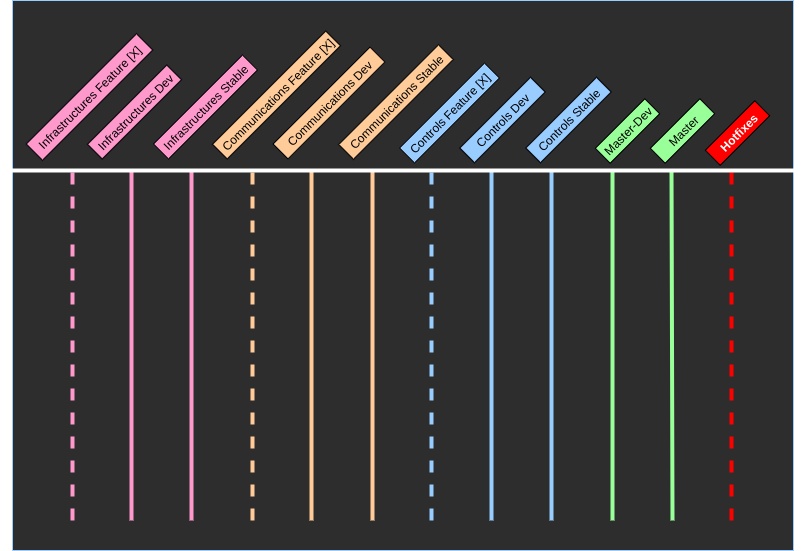
This is README-resources/branching_schema.png from UTHT/pod1-software-core, a draw.io export, as it was before one commit. Source tidied: cells renumbered, new cells last; positions are measured from the earlier drawing's top-left corner, leaving out a move shared by most shapes.
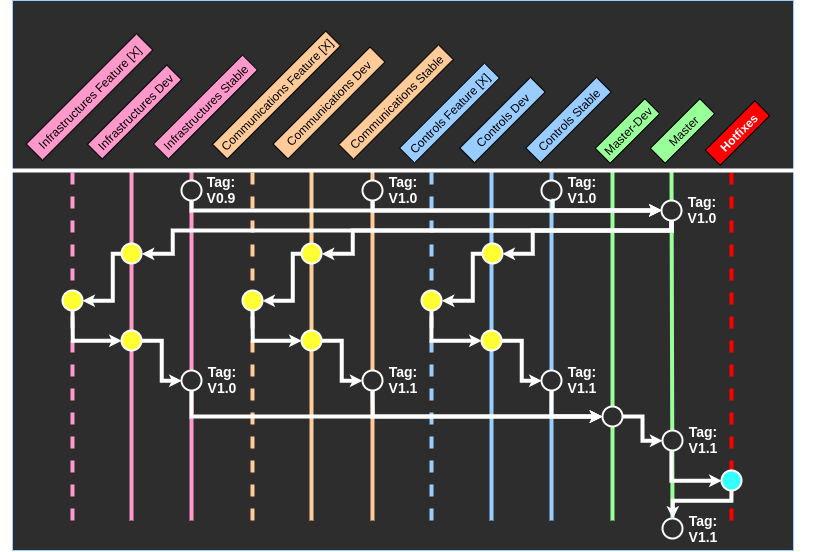
Above is the later version.

Diff of the diagram source:
```diff
@@ -115,9 +115,246 @@
     </mxCell>
     <mxCell id="27" style="endArrow=none;html=1;strokeWidth=4;strokeColor=#FFFFFF;" parent="1" edge="1">
       <mxGeometry relative="1" as="geometry">
-        <mxPoint x="800" y="170" as="sourcePoint" />
+        <mxPoint x="810" y="170" as="sourcePoint" />
         <mxPoint y="170" as="targetPoint" />
       </mxGeometry>
     </mxCell>
+    <mxCell id="28" style="group;" parent="1" vertex="1">
+      <mxGeometry x="659" y="200" width="61" height="20" as="geometry" />
+    </mxCell>
+    <mxCell id="29" style="ellipse;whiteSpace=wrap;html=1;strokeColor=#FFFFFF;fillColor=#2d2d2d;strokeWidth=2;" parent="28" vertex="1">
+      <mxGeometry width="20" height="20" as="geometry" />
+    </mxCell>
+    <mxCell id="30" value="&lt;font color=&quot;#ffffff&quot; size=&quot;1&quot;&gt;&lt;b style=&quot;font-size: 14px&quot;&gt;Tag: V1.0&lt;/b&gt;&lt;/font&gt;" style="text;html=1;strokeColor=none;fillColor=none;align=center;verticalAlign=middle;whiteSpace=wrap;rounded=0;" parent="28" vertex="1">
+      <mxGeometry x="21" width="40" height="20" as="geometry" />
+    </mxCell>
+    <mxCell id="31" style="ellipse;whiteSpace=wrap;html=1;strokeColor=#FFFFFF;fillColor=#2d2d2d;strokeWidth=2;" parent="1" vertex="1">
+      <mxGeometry x="539" y="180" width="20" height="20" as="geometry" />
+    </mxCell>
+    <mxCell id="32" style="edgeStyle=orthogonalEdgeStyle;rounded=0;jettySize=auto;html=1;entryX=0;entryY=0.5;entryDx=0;entryDy=0;strokeColor=#FFFFFF;strokeWidth=4;endSize=0;" parent="1" edge="1" source="33" target="29">
+      <mxGeometry relative="1" as="geometry">
+        <Array as="points">
+          <mxPoint x="370" y="210" />
+        </Array>
+      </mxGeometry>
+    </mxCell>
+    <mxCell id="33" style="ellipse;whiteSpace=wrap;html=1;strokeColor=#FFFFFF;fillColor=#2d2d2d;strokeWidth=2;" parent="1" vertex="1">
+      <mxGeometry x="360" y="180" width="20" height="20" as="geometry" />
+    </mxCell>
+    <mxCell id="34" style="edgeStyle=orthogonalEdgeStyle;rounded=0;jettySize=auto;html=1;entryX=0;entryY=0.5;entryDx=0;entryDy=0;strokeColor=#FFFFFF;strokeWidth=4;endSize=0;" parent="1" edge="1" source="35" target="29">
+      <mxGeometry relative="1" as="geometry">
+        <Array as="points">
+          <mxPoint x="189" y="210" />
+        </Array>
+      </mxGeometry>
+    </mxCell>
+    <mxCell id="35" style="ellipse;whiteSpace=wrap;html=1;strokeColor=#FFFFFF;fillColor=#2d2d2d;strokeWidth=2;" parent="1" vertex="1">
+      <mxGeometry x="179" y="180" width="20" height="20" as="geometry" />
+    </mxCell>
+    <mxCell id="36" style="edgeStyle=orthogonalEdgeStyle;rounded=0;jettySize=auto;html=1;exitX=0.5;exitY=1;exitDx=0;exitDy=0;entryX=0;entryY=0.5;entryDx=0;entryDy=0;strokeColor=#FFFFFF;strokeWidth=4;endSize=0;" parent="1" edge="1" source="31" target="29">
+      <mxGeometry relative="1" as="geometry">
+        <Array as="points">
+          <mxPoint x="550" y="210" />
+        </Array>
+      </mxGeometry>
+    </mxCell>
+    <mxCell id="37" value="&lt;font color=&quot;#ffffff&quot; size=&quot;1&quot;&gt;&lt;b style=&quot;font-size: 14px&quot;&gt;Tag: V1.0&lt;/b&gt;&lt;/font&gt;" style="text;html=1;strokeColor=none;fillColor=none;align=center;verticalAlign=middle;whiteSpace=wrap;rounded=0;" parent="1" vertex="1">
+      <mxGeometry x="560" y="180" width="40" height="20" as="geometry" />
+    </mxCell>
+    <mxCell id="38" value="&lt;font color=&quot;#ffffff&quot; size=&quot;1&quot;&gt;&lt;b style=&quot;font-size: 14px&quot;&gt;Tag: V1.0&lt;/b&gt;&lt;/font&gt;" style="text;html=1;strokeColor=none;fillColor=none;align=center;verticalAlign=middle;whiteSpace=wrap;rounded=0;" parent="1" vertex="1">
+      <mxGeometry x="380.5" y="180" width="40" height="20" as="geometry" />
+    </mxCell>
+    <mxCell id="39" value="&lt;font color=&quot;#ffffff&quot; size=&quot;1&quot;&gt;&lt;b style=&quot;font-size: 14px&quot;&gt;Tag: V0.9&lt;br&gt;&lt;/b&gt;&lt;/font&gt;" style="text;html=1;strokeColor=none;fillColor=none;align=center;verticalAlign=middle;whiteSpace=wrap;rounded=0;" parent="1" vertex="1">
+      <mxGeometry x="199" y="180" width="40" height="20" as="geometry" />
+    </mxCell>
+    <mxCell id="40" style="edgeStyle=orthogonalEdgeStyle;rounded=0;jettySize=auto;html=1;entryX=1;entryY=0.5;entryDx=0;entryDy=0;startSize=1;endSize=0;strokeColor=#FFFFFF;strokeWidth=4;" parent="1" edge="1" source="41" target="50">
+      <mxGeometry relative="1" as="geometry">
+        <Array as="points">
+          <mxPoint x="470" y="253" />
+          <mxPoint x="470" y="300" />
+        </Array>
+      </mxGeometry>
+    </mxCell>
+    <mxCell id="41" style="ellipse;whiteSpace=wrap;html=1;strokeColor=#FFFFFF;fillColor=#FFFF33;strokeWidth=2;" parent="1" vertex="1">
+      <mxGeometry x="480" y="243" width="20" height="20" as="geometry" />
+    </mxCell>
+    <mxCell id="42" style="edgeStyle=orthogonalEdgeStyle;rounded=0;jettySize=auto;html=1;entryX=1;entryY=0.5;entryDx=0;entryDy=0;startSize=1;endSize=0;strokeColor=#FFFFFF;strokeWidth=4;" parent="1" edge="1" source="43" target="52">
+      <mxGeometry relative="1" as="geometry">
+        <Array as="points">
+          <mxPoint x="290" y="253" />
+          <mxPoint x="290" y="300" />
+        </Array>
+      </mxGeometry>
+    </mxCell>
+    <mxCell id="43" style="ellipse;whiteSpace=wrap;html=1;strokeColor=#FFFFFF;fillColor=#FFFF33;strokeWidth=2;" parent="1" vertex="1">
+      <mxGeometry x="299" y="243" width="20" height="20" as="geometry" />
+    </mxCell>
+    <mxCell id="44" style="edgeStyle=orthogonalEdgeStyle;rounded=0;jettySize=auto;html=1;entryX=1;entryY=0.5;entryDx=0;entryDy=0;startSize=1;endSize=0;strokeColor=#FFFFFF;strokeWidth=4;" parent="1" edge="1" source="45" target="54">
+      <mxGeometry relative="1" as="geometry">
+        <Array as="points">
+          <mxPoint x="110" y="253" />
+          <mxPoint x="110" y="300" />
+        </Array>
+      </mxGeometry>
+    </mxCell>
+    <mxCell id="45" style="ellipse;whiteSpace=wrap;html=1;strokeColor=#FFFFFF;fillColor=#FFFF33;strokeWidth=2;" parent="1" vertex="1">
+      <mxGeometry x="119" y="243" width="20" height="20" as="geometry" />
+    </mxCell>
+    <mxCell id="46" style="edgeStyle=orthogonalEdgeStyle;rounded=0;jettySize=auto;html=1;entryX=1;entryY=0.5;entryDx=0;entryDy=0;strokeColor=#FFFFFF;strokeWidth=4;endSize=0;startSize=1;" parent="1" edge="1" source="29" target="41">
+      <mxGeometry relative="1" as="geometry">
+        <Array as="points">
+          <mxPoint x="669" y="230" />
+          <mxPoint x="530" y="230" />
+          <mxPoint x="530" y="253" />
+        </Array>
+      </mxGeometry>
+    </mxCell>
+    <mxCell id="47" style="edgeStyle=orthogonalEdgeStyle;rounded=0;jettySize=auto;html=1;exitX=0.5;exitY=1;exitDx=0;exitDy=0;entryX=1;entryY=0.5;entryDx=0;entryDy=0;startSize=1;endSize=0;strokeColor=#FFFFFF;strokeWidth=4;" parent="1" edge="1" source="29" target="43">
+      <mxGeometry relative="1" as="geometry">
+        <Array as="points">
+          <mxPoint x="669" y="230" />
+          <mxPoint x="350" y="230" />
+          <mxPoint x="350" y="253" />
+        </Array>
+      </mxGeometry>
+    </mxCell>
+    <mxCell id="48" style="edgeStyle=orthogonalEdgeStyle;rounded=0;jettySize=auto;html=1;exitX=0.5;exitY=1;exitDx=0;exitDy=0;entryX=1;entryY=0.5;entryDx=0;entryDy=0;startSize=1;endSize=0;strokeColor=#FFFFFF;strokeWidth=4;" parent="1" edge="1" source="29" target="45">
+      <mxGeometry relative="1" as="geometry">
+        <Array as="points">
+          <mxPoint x="669" y="230" />
+          <mxPoint x="170" y="230" />
+          <mxPoint x="170" y="253" />
+        </Array>
+      </mxGeometry>
+    </mxCell>
+    <mxCell id="49" style="edgeStyle=orthogonalEdgeStyle;rounded=0;jettySize=auto;html=1;entryX=0;entryY=0.5;entryDx=0;entryDy=0;startSize=1;endSize=0;strokeColor=#FFFFFF;strokeWidth=4;" parent="1" edge="1" source="50" target="60">
+      <mxGeometry relative="1" as="geometry">
+        <Array as="points">
+          <mxPoint x="429" y="340" />
+        </Array>
+      </mxGeometry>
+    </mxCell>
+    <mxCell id="50" style="ellipse;whiteSpace=wrap;html=1;strokeColor=#FFFFFF;fillColor=#FFFF33;strokeWidth=2;" parent="1" vertex="1">
+      <mxGeometry x="419" y="290" width="20" height="20" as="geometry" />
+    </mxCell>
+    <mxCell id="51" style="edgeStyle=orthogonalEdgeStyle;rounded=0;jettySize=auto;html=1;entryX=0;entryY=0.5;entryDx=0;entryDy=0;startSize=1;endSize=0;strokeColor=#FFFFFF;strokeWidth=4;" parent="1" edge="1" source="52" target="58">
+      <mxGeometry relative="1" as="geometry">
+        <Array as="points">
+          <mxPoint x="250" y="340" />
+        </Array>
+      </mxGeometry>
+    </mxCell>
+    <mxCell id="52" style="ellipse;whiteSpace=wrap;html=1;strokeColor=#FFFFFF;fillColor=#FFFF33;strokeWidth=2;" parent="1" vertex="1">
+      <mxGeometry x="240" y="290" width="20" height="20" as="geometry" />
+    </mxCell>
+    <mxCell id="53" style="edgeStyle=orthogonalEdgeStyle;rounded=0;jettySize=auto;html=1;entryX=0;entryY=0.5;entryDx=0;entryDy=0;startSize=1;endSize=0;strokeColor=#FFFFFF;strokeWidth=4;" parent="1" edge="1" source="54" target="56">
+      <mxGeometry relative="1" as="geometry">
+        <Array as="points">
+          <mxPoint x="70" y="340" />
+        </Array>
+      </mxGeometry>
+    </mxCell>
+    <mxCell id="54" style="ellipse;whiteSpace=wrap;html=1;strokeColor=#FFFFFF;fillColor=#FFFF33;strokeWidth=2;" parent="1" vertex="1">
+      <mxGeometry x="60" y="290" width="20" height="20" as="geometry" />
+    </mxCell>
+    <mxCell id="55" style="edgeStyle=orthogonalEdgeStyle;rounded=0;jettySize=auto;html=1;entryX=0;entryY=0.5;entryDx=0;entryDy=0;startSize=1;endSize=0;strokeColor=#FFFFFF;strokeWidth=4;" parent="1" edge="1" source="56" target="62">
+      <mxGeometry relative="1" as="geometry" />
+    </mxCell>
+    <mxCell id="56" style="ellipse;whiteSpace=wrap;html=1;strokeColor=#FFFFFF;fillColor=#FFFF33;strokeWidth=2;" parent="1" vertex="1">
+      <mxGeometry x="119" y="330" width="20" height="20" as="geometry" />
+    </mxCell>
+    <mxCell id="57" style="edgeStyle=orthogonalEdgeStyle;rounded=0;jettySize=auto;html=1;entryX=0;entryY=0.5;entryDx=0;entryDy=0;startSize=1;endSize=0;strokeColor=#FFFFFF;strokeWidth=4;" parent="1" edge="1" source="58" target="64">
+      <mxGeometry relative="1" as="geometry" />
+    </mxCell>
+    <mxCell id="58" style="ellipse;whiteSpace=wrap;html=1;strokeColor=#FFFFFF;fillColor=#FFFF33;strokeWidth=2;" parent="1" vertex="1">
+      <mxGeometry x="299" y="330" width="20" height="20" as="geometry" />
+    </mxCell>
+    <mxCell id="59" style="edgeStyle=orthogonalEdgeStyle;rounded=0;jettySize=auto;html=1;entryX=0;entryY=0.5;entryDx=0;entryDy=0;startSize=1;endSize=0;strokeColor=#FFFFFF;strokeWidth=4;" parent="1" edge="1" source="60" target="66">
+      <mxGeometry relative="1" as="geometry" />
+    </mxCell>
+    <mxCell id="60" style="ellipse;whiteSpace=wrap;html=1;strokeColor=#FFFFFF;fillColor=#FFFF33;strokeWidth=2;" parent="1" vertex="1">
+      <mxGeometry x="479" y="330" width="20" height="20" as="geometry" />
+    </mxCell>
+    <mxCell id="61" style="edgeStyle=orthogonalEdgeStyle;rounded=0;jettySize=auto;html=1;entryX=0;entryY=0.5;entryDx=0;entryDy=0;startSize=1;endSize=0;strokeColor=#FFFFFF;strokeWidth=4;" parent="1" edge="1" source="62" target="74">
+      <mxGeometry relative="1" as="geometry">
+        <Array as="points">
+          <mxPoint x="189" y="416" />
+        </Array>
+      </mxGeometry>
+    </mxCell>
+    <mxCell id="62" style="ellipse;whiteSpace=wrap;html=1;strokeColor=#FFFFFF;fillColor=#2d2d2d;strokeWidth=2;" parent="1" vertex="1">
+      <mxGeometry x="179" y="370" width="20" height="20" as="geometry" />
+    </mxCell>
+    <mxCell id="63" style="edgeStyle=orthogonalEdgeStyle;rounded=0;jettySize=auto;html=1;entryX=0;entryY=0.5;entryDx=0;entryDy=0;startSize=1;endSize=0;strokeColor=#FFFFFF;strokeWidth=4;" parent="1" edge="1" source="64" target="74">
+      <mxGeometry relative="1" as="geometry">
+        <Array as="points">
+          <mxPoint x="370" y="416" />
+        </Array>
+      </mxGeometry>
+    </mxCell>
+    <mxCell id="64" style="ellipse;whiteSpace=wrap;html=1;strokeColor=#FFFFFF;fillColor=#2d2d2d;strokeWidth=2;" parent="1" vertex="1">
+      <mxGeometry x="360" y="370" width="20" height="20" as="geometry" />
+    </mxCell>
+    <mxCell id="65" style="edgeStyle=orthogonalEdgeStyle;rounded=0;jettySize=auto;html=1;entryX=0;entryY=0.5;entryDx=0;entryDy=0;startSize=1;endSize=0;strokeColor=#FFFFFF;strokeWidth=4;" parent="1" edge="1" source="66" target="74">
+      <mxGeometry relative="1" as="geometry">
+        <Array as="points">
+          <mxPoint x="549" y="416" />
+        </Array>
+      </mxGeometry>
+    </mxCell>
+    <mxCell id="66" style="ellipse;whiteSpace=wrap;html=1;strokeColor=#FFFFFF;fillColor=#2d2d2d;strokeWidth=2;" parent="1" vertex="1">
+      <mxGeometry x="539" y="370" width="20" height="20" as="geometry" />
+    </mxCell>
+    <mxCell id="67" value="&lt;font color=&quot;#ffffff&quot; size=&quot;1&quot;&gt;&lt;b style=&quot;font-size: 14px&quot;&gt;Tag: V1.0&lt;br&gt;&lt;/b&gt;&lt;/font&gt;" style="text;html=1;strokeColor=none;fillColor=none;align=center;verticalAlign=middle;whiteSpace=wrap;rounded=0;" parent="1" vertex="1">
+      <mxGeometry x="200" y="370" width="40" height="20" as="geometry" />
+    </mxCell>
+    <mxCell id="68" value="&lt;font color=&quot;#ffffff&quot; size=&quot;1&quot;&gt;&lt;b style=&quot;font-size: 14px&quot;&gt;Tag: V1.1&lt;/b&gt;&lt;span style=&quot;color: rgb(64 , 64 , 64) ; font-family: &amp;#34;helvetica&amp;#34; , &amp;#34;arial&amp;#34; , sans-serif ; font-size: 0px ; white-space: nowrap&quot;&gt;%3CmxGraphModel%3E%3Croot%3E%3CmxCell%20id%3D%220%22%2F%3E%3CmxCell%20id%3D%221%22%20parent%3D%220%22%2F%3E%3CmxCell%20id%3D%222%22%20value%3D%22%26lt%3Bfont%20color%3D%26quot%3B%23ffffff%26quot%3B%20size%3D%26quot%3B1%26quot%3B%26gt%3B%26lt%3Bb%20style%3D%26quot%3Bfont-size%3A%2014px%26quot%3B%26gt%3BTag%3A%20V1.0%26lt%3B%2Fb%26gt%3B%26lt%3B%2Ffont%26gt%3B%22%20style%3D%22text%3Bhtml%3D1%3BstrokeColor%3Dnone%3BfillColor%3Dnone%3Balign%3Dcenter%3BverticalAlign%3Dmiddle%3BwhiteSpace%3Dwrap%3Brounded%3D0%3B%22%20vertex%3D%221%22%20parent%3D%221%22%3E%3CmxGeometry%20x%3D%22-249.5%22%20y%3D%22110%22%20width%3D%2240%22%20height%3D%2220%22%20as%3D%22geometry%22%2F%3E%3C%2FmxCell%3E%3C%2Froot%3E%3C%2FmxGraphModel%3E&lt;/span&gt;&lt;b style=&quot;font-size: 14px&quot;&gt;&lt;br&gt;&lt;/b&gt;&lt;/font&gt;" style="text;html=1;strokeColor=none;fillColor=none;align=center;verticalAlign=middle;whiteSpace=wrap;rounded=0;" parent="1" vertex="1">
+      <mxGeometry x="380.5" y="370" width="40" height="20" as="geometry" />
+    </mxCell>
+    <mxCell id="69" value="&lt;font color=&quot;#ffffff&quot; size=&quot;1&quot;&gt;&lt;b style=&quot;font-size: 14px&quot;&gt;Tag: V1.1&lt;/b&gt;&lt;/font&gt;" style="text;html=1;strokeColor=none;fillColor=none;align=center;verticalAlign=middle;whiteSpace=wrap;rounded=0;" parent="1" vertex="1">
+      <mxGeometry x="560" y="370" width="40" height="20" as="geometry" />
+    </mxCell>
+    <mxCell id="70" style="group;" parent="1" vertex="1">
+      <mxGeometry x="660" y="430" width="61" height="20" as="geometry" />
+    </mxCell>
+    <mxCell id="71" style="ellipse;whiteSpace=wrap;html=1;strokeColor=#FFFFFF;fillColor=#2d2d2d;strokeWidth=2;" parent="70" vertex="1">
+      <mxGeometry width="20" height="20" as="geometry" />
+    </mxCell>
+    <mxCell id="72" value="&lt;font color=&quot;#ffffff&quot;&gt;&lt;font style=&quot;font-size: 14px&quot;&gt;&lt;b&gt;Tag: V1.1&lt;/b&gt;&lt;/font&gt;&lt;br&gt;&lt;/font&gt;" style="text;html=1;strokeColor=none;fillColor=none;align=center;verticalAlign=middle;whiteSpace=wrap;rounded=0;" parent="70" vertex="1">
+      <mxGeometry x="21" width="40" height="20" as="geometry" />
+    </mxCell>
+    <mxCell id="73" style="edgeStyle=orthogonalEdgeStyle;rounded=0;jettySize=auto;html=1;entryX=0;entryY=0.5;entryDx=0;entryDy=0;startSize=1;endSize=0;strokeColor=#FFFFFF;strokeWidth=4;" parent="1" edge="1" source="74" target="71">
+      <mxGeometry relative="1" as="geometry" />
+    </mxCell>
+    <mxCell id="74" style="ellipse;whiteSpace=wrap;html=1;strokeColor=#FFFFFF;fillColor=#2d2d2d;strokeWidth=2;" parent="1" vertex="1">
+      <mxGeometry x="600" y="406" width="20" height="20" as="geometry" />
+    </mxCell>
+    <mxCell id="75" style="edgeStyle=orthogonalEdgeStyle;rounded=0;jettySize=auto;html=1;entryX=0.5;entryY=0;entryDx=0;entryDy=0;startSize=1;endSize=0;strokeColor=#FFFFFF;strokeWidth=4;" parent="1" edge="1" source="76" target="79">
+      <mxGeometry relative="1" as="geometry">
+        <Array as="points">
+          <mxPoint x="729" y="500" />
+          <mxPoint x="670" y="500" />
+        </Array>
+      </mxGeometry>
+    </mxCell>
+    <mxCell id="76" style="ellipse;whiteSpace=wrap;html=1;strokeColor=#FFFFFF;fillColor=#33FFFF;strokeWidth=2;" parent="1" vertex="1">
+      <mxGeometry x="719" y="470" width="20" height="20" as="geometry" />
+    </mxCell>
+    <mxCell id="77" style="edgeStyle=orthogonalEdgeStyle;rounded=0;jettySize=auto;html=1;entryX=0;entryY=0.5;entryDx=0;entryDy=0;startSize=1;endSize=0;strokeColor=#FFFFFF;strokeWidth=4;" parent="1" edge="1" source="71" target="76">
+      <mxGeometry relative="1" as="geometry">
+        <Array as="points">
+          <mxPoint x="669" y="480" />
+        </Array>
+      </mxGeometry>
+    </mxCell>
+    <mxCell id="78" style="group;" parent="1" vertex="1">
+      <mxGeometry x="660" y="518" width="61" height="20" as="geometry" />
+    </mxCell>
+    <mxCell id="79" style="ellipse;whiteSpace=wrap;html=1;strokeColor=#FFFFFF;fillColor=#2d2d2d;strokeWidth=2;" parent="78" vertex="1">
+      <mxGeometry width="20" height="20" as="geometry" />
+    </mxCell>
+    <mxCell id="80" value="&lt;font color=&quot;#ffffff&quot;&gt;&lt;font style=&quot;font-size: 14px&quot;&gt;&lt;b&gt;Tag: V1.1&lt;/b&gt;&lt;/font&gt;&lt;br&gt;&lt;/font&gt;" style="text;html=1;strokeColor=none;fillColor=none;align=center;verticalAlign=middle;whiteSpace=wrap;rounded=0;" parent="78" vertex="1">
+      <mxGeometry x="21" width="40" height="20" as="geometry" />
+    </mxCell>
   </root>
 </mxGraphModel>
```
